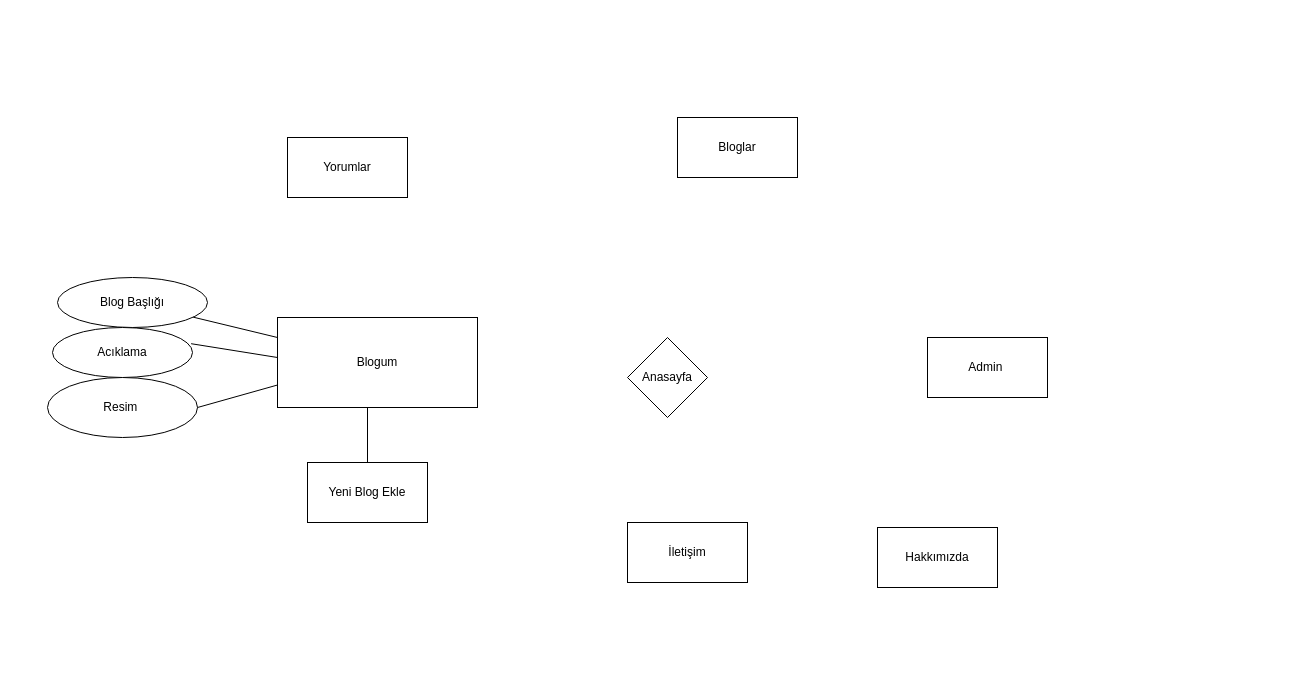
Before: Başlıksız Diyagram.drawio in TugceOnder/AlertDialog, a draw.io diagram. Source tidied: cells renumbered, new cells numbered last; positions are measured from the earlier drawing's top-left corner, leaving out a move shared by most shapes. Both pictures are drawn from the tidied source at 100%, with x=0, y=0 at pixel (47, 117).
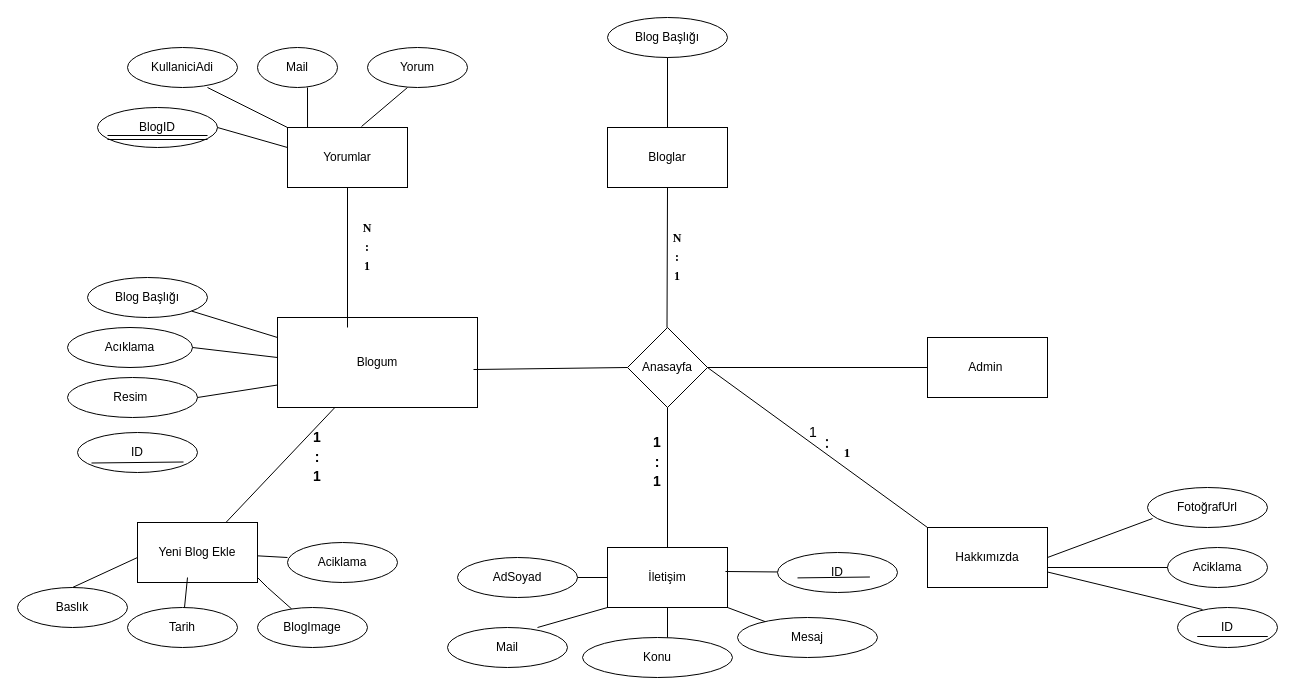
After the change.

Unchanged cells that the change refers to:
```xml
<mxCell id="5" value="Blogum" style="rounded=0;whiteSpace=wrap;html=1;" parent="1" vertex="1">
  <mxGeometry x="230" y="200" width="200" height="90" as="geometry" />
</mxCell>
```

Change to the diagram source:
```diff
@@
     <mxCell id="3" value="Yorumlar" style="rounded=0;whiteSpace=wrap;html=1;" parent="1" vertex="1">
-      <mxGeometry x="240" y="20" width="120" height="60" as="geometry" />
+      <mxGeometry x="240" y="10" width="120" height="60" as="geometry" />
     </mxCell>
     <mxCell id="4" value="Bloglar" style="rounded=0;whiteSpace=wrap;html=1;" parent="1" vertex="1">
-      <mxGeometry x="630" width="120" height="60" as="geometry" />
+      <mxGeometry x="560" y="10" width="120" height="60" as="geometry" />
     </mxCell>
@@
-    <mxCell id="6" value="Hakkımızda" style="rounded=0;whiteSpace=wrap;html=1;" parent="1" vertex="1">
-      <mxGeometry x="830" y="410" width="120" height="60" as="geometry" />
-    </mxCell>
     <mxCell id="7" value="İletişim" style="rounded=0;whiteSpace=wrap;html=1;" parent="1" vertex="1">
-      <mxGeometry x="580" y="405" width="120" height="60" as="geometry" />
+      <mxGeometry x="560" y="430" width="120" height="60" as="geometry" />
     </mxCell>
     <mxCell id="8" value="Anasayfa" style="rhombus;whiteSpace=wrap;html=1;" parent="1" vertex="1">
-      <mxGeometry x="580" y="220" width="80" height="80" as="geometry" />
+      <mxGeometry x="580" y="210" width="80" height="80" as="geometry" />
     </mxCell>
-    <mxCell id="9" style="endArrow=none;html=1;rounded=0;" parent="1" edge="1" source="10">
-      <mxGeometry relative="1" as="geometry">
-        <mxPoint x="320" y="290" as="targetPoint" />
-      </mxGeometry>
+    <mxCell id="9" style="endArrow=none;html=1;rounded=0;" parent="1" edge="1" source="10" target="5">
+      <mxGeometry relative="1" as="geometry" />
     </mxCell>
     <mxCell id="10" value="Yeni Blog Ekle" style="rounded=0;whiteSpace=wrap;html=1;" parent="1" vertex="1">
-      <mxGeometry x="260" y="345" width="120" height="60" as="geometry" />
+      <mxGeometry x="90" y="405" width="120" height="60" as="geometry" />
     </mxCell>
     <mxCell id="11" value="Blog Başlığı" style="ellipse;whiteSpace=wrap;html=1;" parent="1" vertex="1">
-      <mxGeometry x="10" y="160" width="150" height="50" as="geometry" />
+      <mxGeometry x="40" y="160" width="120" height="40" as="geometry" />
     </mxCell>
@@
     <mxCell id="13" value="Acıklama" style="ellipse;whiteSpace=wrap;html=1;" parent="1" vertex="1">
-      <mxGeometry x="5" y="210" width="140" height="50" as="geometry" />
+      <mxGeometry x="20" y="210" width="125" height="40" as="geometry" />
     </mxCell>
     <mxCell id="14" value="Resim&amp;nbsp;" style="ellipse;whiteSpace=wrap;html=1;" parent="1" vertex="1">
-      <mxGeometry y="260" width="150" height="60" as="geometry" />
+      <mxGeometry x="20" y="260" width="130" height="40" as="geometry" />
     </mxCell>
-    <mxCell id="15" style="endArrow=none;html=1;rounded=0;exitX=0.99;exitY=0.324;exitDx=0;exitDy=0;exitPerimeter=0;" parent="1" edge="1" source="13">
+    <mxCell id="15" style="endArrow=none;html=1;rounded=0;exitX=1;exitY=0.5;exitDx=0;exitDy=0;" parent="1" edge="1" source="13">
       <mxGeometry relative="1" as="geometry">
         <mxPoint x="230" y="240" as="targetPoint" />
       </mxGeometry>
     </mxCell>
@@
+    <mxCell id="17" style="endArrow=none;html=1;rounded=0;exitX=0.98;exitY=0.578;exitDx=0;exitDy=0;exitPerimeter=0;" parent="1" edge="1" source="5">
+      <mxGeometry relative="1" as="geometry">
+        <mxPoint x="580" y="250" as="targetPoint" />
+      </mxGeometry>
+    </mxCell>
+    <mxCell id="18" style="endArrow=none;html=1;rounded=0;entryX=0.5;entryY=1;entryDx=0;entryDy=0;" parent="1" edge="1" target="4">
+      <mxGeometry relative="1" as="geometry">
+        <mxPoint x="619.5" y="210" as="sourcePoint" />
+      </mxGeometry>
+    </mxCell>
+    <mxCell id="19" style="endArrow=none;html=1;rounded=0;entryX=0;entryY=0;entryDx=0;entryDy=0;" parent="1" edge="1" target="6">
+      <mxGeometry relative="1" as="geometry">
+        <mxPoint x="660" y="250" as="sourcePoint" />
+      </mxGeometry>
+    </mxCell>
+    <mxCell id="20" style="endArrow=none;html=1;rounded=0;exitX=1;exitY=0.5;exitDx=0;exitDy=0;" parent="1" edge="1" source="8">
+      <mxGeometry relative="1" as="geometry">
+        <mxPoint x="880" y="250" as="targetPoint" />
+      </mxGeometry>
+    </mxCell>
+    <mxCell id="21" style="endArrow=none;html=1;rounded=0;exitX=0.35;exitY=0.111;exitDx=0;exitDy=0;exitPerimeter=0;" parent="1" edge="1" source="5">
+      <mxGeometry relative="1" as="geometry">
+        <mxPoint x="300" y="70" as="targetPoint" />
+      </mxGeometry>
+    </mxCell>
+    <mxCell id="22" value="&lt;div style=&quot;line-height: 160%;&quot;&gt;&lt;b&gt;N&lt;/b&gt;&lt;div&gt;&lt;b&gt;:&lt;/b&gt;&lt;/div&gt;&lt;div&gt;&lt;b&gt;1&lt;/b&gt;&lt;/div&gt;&lt;/div&gt;" style="text;strokeColor=none;align=center;fillColor=none;html=1;verticalAlign=middle;whiteSpace=wrap;rounded=0;fontFamily=Times New Roman;" parent="1" vertex="1">
+      <mxGeometry x="290" y="100" width="60" height="60" as="geometry" />
+    </mxCell>
+    <mxCell id="23" style="endArrow=none;html=1;rounded=0;exitX=0.5;exitY=0;exitDx=0;exitDy=0;" parent="1" edge="1" source="7">
+      <mxGeometry relative="1" as="geometry">
+        <mxPoint x="620" y="290" as="targetPoint" />
+      </mxGeometry>
+    </mxCell>
+    <mxCell id="24" value="&lt;div style=&quot;line-height: 160%;&quot;&gt;&lt;b&gt;N&lt;/b&gt;&lt;div&gt;&lt;b&gt;:&lt;/b&gt;&lt;/div&gt;&lt;div&gt;&lt;b&gt;1&lt;/b&gt;&lt;/div&gt;&lt;/div&gt;" style="text;strokeColor=none;align=center;fillColor=none;html=1;verticalAlign=middle;whiteSpace=wrap;rounded=0;fontFamily=Times New Roman;" parent="1" vertex="1">
+      <mxGeometry x="600" y="110" width="60" height="60" as="geometry" />
+    </mxCell>
+    <mxCell id="25" value="&lt;div style=&quot;line-height: 140%;&quot;&gt;&lt;font style=&quot;font-size: 14px; line-height: 140%;&quot;&gt;&lt;b&gt;1&lt;/b&gt;&lt;/font&gt;&lt;div&gt;&lt;font style=&quot;font-size: 14px; line-height: 140%;&quot;&gt;&lt;b&gt;:&lt;/b&gt;&lt;/font&gt;&lt;/div&gt;&lt;div&gt;&lt;font style=&quot;font-size: 14px; line-height: 140%;&quot;&gt;&lt;b&gt;1&lt;/b&gt;&lt;/font&gt;&lt;/div&gt;&lt;/div&gt;" style="text;strokeColor=none;align=center;fillColor=none;html=1;verticalAlign=middle;whiteSpace=wrap;rounded=0;" parent="1" vertex="1">
+      <mxGeometry x="580" y="320" width="60" height="50" as="geometry" />
+    </mxCell>
+    <mxCell id="26" value="Aciklama" style="ellipse;whiteSpace=wrap;html=1;" parent="1" vertex="1">
+      <mxGeometry x="1120" y="430" width="100" height="40" as="geometry" />
+    </mxCell>
+    <mxCell id="27" value="FotoğrafUrl" style="ellipse;whiteSpace=wrap;html=1;" parent="1" vertex="1">
+      <mxGeometry x="1100" y="370" width="120" height="40" as="geometry" />
+    </mxCell>
+    <mxCell id="28" style="endArrow=none;html=1;rounded=0;exitX=1;exitY=0.5;exitDx=0;exitDy=0;entryX=0.042;entryY=0.775;entryDx=0;entryDy=0;entryPerimeter=0;" parent="1" edge="1" source="6" target="27">
+      <mxGeometry relative="1" as="geometry" />
+    </mxCell>
+    <mxCell id="29" value="KullaniciAdi" style="ellipse;whiteSpace=wrap;html=1;" parent="1" vertex="1">
+      <mxGeometry x="80" y="-70" width="110" height="40" as="geometry" />
+    </mxCell>
+    <mxCell id="30" value="Mail" style="ellipse;whiteSpace=wrap;html=1;" parent="1" vertex="1">
+      <mxGeometry x="210" y="-70" width="80" height="40" as="geometry" />
+    </mxCell>
+    <mxCell id="31" value="Yorum" style="ellipse;whiteSpace=wrap;html=1;" parent="1" vertex="1">
+      <mxGeometry x="320" y="-70" width="100" height="40" as="geometry" />
+    </mxCell>
+    <mxCell id="32" style="endArrow=none;html=1;rounded=0;exitX=0;exitY=0;exitDx=0;exitDy=0;" parent="1" edge="1" source="3">
+      <mxGeometry relative="1" as="geometry">
+        <mxPoint x="160" y="-30" as="targetPoint" />
+      </mxGeometry>
+    </mxCell>
+    <mxCell id="33" style="endArrow=none;html=1;rounded=0;exitX=0.167;exitY=0;exitDx=0;exitDy=0;exitPerimeter=0;" parent="1" edge="1" source="3">
+      <mxGeometry relative="1" as="geometry">
+        <mxPoint x="260" y="-30" as="targetPoint" />
+      </mxGeometry>
+    </mxCell>
+    <mxCell id="34" style="endArrow=none;html=1;rounded=0;exitX=0.617;exitY=-0.017;exitDx=0;exitDy=0;exitPerimeter=0;" parent="1" edge="1" source="3">
+      <mxGeometry relative="1" as="geometry">
+        <mxPoint x="360" y="-30" as="targetPoint" />
+      </mxGeometry>
+    </mxCell>
+    <mxCell id="35" value="BlogID" style="ellipse;whiteSpace=wrap;html=1;" parent="1" vertex="1">
+      <mxGeometry x="50" y="-10" width="120" height="40" as="geometry" />
+    </mxCell>
+    <mxCell id="36" style="endArrow=none;html=1;rounded=0;exitX=1;exitY=0.5;exitDx=0;exitDy=0;" parent="1" edge="1" source="35">
+      <mxGeometry relative="1" as="geometry">
+        <mxPoint x="240" y="30" as="targetPoint" />
+      </mxGeometry>
+    </mxCell>
+    <mxCell id="37" style="shape=link;html=1;rounded=0;" parent="1" edge="1">
+      <mxGeometry relative="1" as="geometry">
+        <mxPoint x="60" y="20" as="sourcePoint" />
+        <mxPoint x="160" y="20" as="targetPoint" />
+      </mxGeometry>
+    </mxCell>
+    <mxCell id="38" value="ID" style="ellipse;whiteSpace=wrap;html=1;" parent="1" vertex="1">
+      <mxGeometry x="1130" y="490" width="100" height="40" as="geometry" />
+    </mxCell>
+    <mxCell id="39" style="endArrow=none;html=1;rounded=0;exitX=0.25;exitY=0.05;exitDx=0;exitDy=0;exitPerimeter=0;" parent="1" edge="1" source="6">
+      <mxGeometry relative="1" as="geometry">
+        <mxPoint x="950" y="460" as="targetPoint" />
+      </mxGeometry>
+    </mxCell>
+    <mxCell id="40" style="endArrow=none;html=1;rounded=0;" parent="1" edge="1" source="26">
+      <mxGeometry relative="1" as="geometry">
+        <mxPoint x="960" y="450" as="targetPoint" />
+        <Array as="points">
+          <mxPoint x="960" y="450" />
+          <mxPoint x="950" y="450" />
+        </Array>
+      </mxGeometry>
+    </mxCell>
+    <mxCell id="41" style="endArrow=none;html=1;rounded=0;" parent="1" edge="1">
+      <mxGeometry relative="1" as="geometry">
+        <mxPoint x="1150" y="519" as="sourcePoint" />
+        <mxPoint x="1150" y="519" as="targetPoint" />
+        <Array as="points">
+          <mxPoint x="1220" y="519" />
+        </Array>
+      </mxGeometry>
+    </mxCell>
+    <mxCell id="42" value="ID" style="ellipse;whiteSpace=wrap;html=1;" parent="1" vertex="1">
+      <mxGeometry x="30" y="315" width="120" height="40" as="geometry" />
+    </mxCell>
+    <mxCell id="43" style="endArrow=none;html=1;rounded=0;exitX=0.067;exitY=0.65;exitDx=0;exitDy=0;exitPerimeter=0;" parent="1" edge="1">
+      <mxGeometry relative="1" as="geometry">
+        <mxPoint x="44" y="345.5" as="sourcePoint" />
+        <mxPoint x="136" y="344.5" as="targetPoint" />
+      </mxGeometry>
+    </mxCell>
+    <mxCell id="44" value="AdSoyad" style="ellipse;whiteSpace=wrap;html=1;" parent="1" vertex="1">
+      <mxGeometry x="410" y="440" width="120" height="40" as="geometry" />
+    </mxCell>
+    <mxCell id="45" value="Mail" style="ellipse;whiteSpace=wrap;html=1;" parent="1" vertex="1">
+      <mxGeometry x="400" y="510" width="120" height="40" as="geometry" />
+    </mxCell>
+    <mxCell id="46" value="Konu" style="ellipse;whiteSpace=wrap;html=1;" parent="1" vertex="1">
+      <mxGeometry x="535" y="520" width="150" height="40" as="geometry" />
+    </mxCell>
+    <mxCell id="47" value="Mesaj" style="ellipse;whiteSpace=wrap;html=1;" parent="1" vertex="1">
+      <mxGeometry x="690" y="500" width="140" height="40" as="geometry" />
+    </mxCell>
+    <mxCell id="48" style="endArrow=none;html=1;rounded=0;exitX=0.25;exitY=0.05;exitDx=0;exitDy=0;exitPerimeter=0;" parent="1" edge="1" source="38" target="6">
+      <mxGeometry relative="1" as="geometry" />
+    </mxCell>
+    <mxCell id="6" value="Hakkımızda" style="rounded=0;whiteSpace=wrap;html=1;" parent="1" vertex="1">
+      <mxGeometry x="880" y="410" width="120" height="60" as="geometry" />
+    </mxCell>
+    <mxCell id="49" value="ID" style="ellipse;whiteSpace=wrap;html=1;" parent="1" vertex="1">
+      <mxGeometry x="730" y="435" width="120" height="40" as="geometry" />
+    </mxCell>
+    <mxCell id="50" style="endArrow=none;html=1;rounded=0;" parent="1" edge="1" source="44">
+      <mxGeometry relative="1" as="geometry">
+        <mxPoint x="560" y="460" as="targetPoint" />
+      </mxGeometry>
+    </mxCell>
+    <mxCell id="51" style="endArrow=none;html=1;rounded=0;exitX=0.75;exitY=0;exitDx=0;exitDy=0;exitPerimeter=0;" parent="1" edge="1" source="45">
+      <mxGeometry relative="1" as="geometry">
+        <mxPoint x="560" y="490" as="targetPoint" />
+      </mxGeometry>
+    </mxCell>
+    <mxCell id="52" style="endArrow=none;html=1;rounded=0;" parent="1" edge="1">
+      <mxGeometry relative="1" as="geometry">
+        <mxPoint x="620" y="520" as="sourcePoint" />
+        <mxPoint x="620" y="490" as="targetPoint" />
+      </mxGeometry>
+    </mxCell>
+    <mxCell id="53" style="endArrow=none;html=1;rounded=0;" parent="1" edge="1" source="47">
+      <mxGeometry relative="1" as="geometry">
+        <mxPoint x="680" y="490" as="targetPoint" />
+      </mxGeometry>
+    </mxCell>
+    <mxCell id="54" style="endArrow=none;html=1;rounded=0;entryX=0.983;entryY=0.4;entryDx=0;entryDy=0;entryPerimeter=0;" parent="1" edge="1" source="49" target="7">
+      <mxGeometry relative="1" as="geometry" />
+    </mxCell>
+    <mxCell id="55" style="endArrow=none;html=1;rounded=0;exitX=0.25;exitY=0.875;exitDx=0;exitDy=0;exitPerimeter=0;entryX=1;entryY=1;entryDx=0;entryDy=0;" parent="1" edge="1">
+      <mxGeometry relative="1" as="geometry">
+        <mxPoint x="750" y="460.4" as="sourcePoint" />
+        <mxPoint x="822.4" y="459.5" as="targetPoint" />
+      </mxGeometry>
+    </mxCell>
+    <mxCell id="56" value="Baslık" style="ellipse;whiteSpace=wrap;html=1;" parent="1" vertex="1">
+      <mxGeometry x="-30" y="470" width="110" height="40" as="geometry" />
+    </mxCell>
+    <mxCell id="57" value="Tarih" style="ellipse;whiteSpace=wrap;html=1;" parent="1" vertex="1">
+      <mxGeometry x="80" y="490" width="110" height="40" as="geometry" />
+    </mxCell>
+    <mxCell id="58" value="Aciklama" style="ellipse;whiteSpace=wrap;html=1;" parent="1" vertex="1">
+      <mxGeometry x="240" y="425" width="110" height="40" as="geometry" />
+    </mxCell>
+    <mxCell id="59" value="BlogImage" style="ellipse;whiteSpace=wrap;html=1;" parent="1" vertex="1">
+      <mxGeometry x="210" y="490" width="110" height="40" as="geometry" />
+    </mxCell>
+    <mxCell id="60" style="endArrow=none;html=1;rounded=0;exitX=0.5;exitY=0;exitDx=0;exitDy=0;" parent="1" edge="1" source="56">
+      <mxGeometry relative="1" as="geometry">
+        <mxPoint x="90" y="440" as="targetPoint" />
+      </mxGeometry>
+    </mxCell>
+    <mxCell id="61" style="endArrow=none;html=1;rounded=0;" parent="1" edge="1" source="57">
+      <mxGeometry relative="1" as="geometry">
+        <mxPoint x="140" y="460" as="targetPoint" />
+      </mxGeometry>
+    </mxCell>
+    <mxCell id="62" style="endArrow=none;html=1;rounded=0;" parent="1" edge="1" source="10">
+      <mxGeometry relative="1" as="geometry">
+        <mxPoint x="240" y="440" as="targetPoint" />
+      </mxGeometry>
+    </mxCell>
+    <mxCell id="63" style="endArrow=none;html=1;rounded=0;" parent="1" edge="1" source="59">
+      <mxGeometry relative="1" as="geometry">
+        <mxPoint x="210" y="460" as="targetPoint" />
+        <Array as="points">
+          <mxPoint x="220" y="470" />
+        </Array>
+      </mxGeometry>
+    </mxCell>
+    <mxCell id="64" value="&lt;div style=&quot;line-height: 140%;&quot;&gt;&lt;font style=&quot;font-size: 14px; line-height: 140%;&quot;&gt;&lt;b&gt;1&lt;/b&gt;&lt;/font&gt;&lt;div&gt;&lt;font style=&quot;font-size: 14px; line-height: 140%;&quot;&gt;&lt;b&gt;:&lt;/b&gt;&lt;/font&gt;&lt;/div&gt;&lt;div&gt;&lt;font style=&quot;font-size: 14px; line-height: 140%;&quot;&gt;&lt;b&gt;1&lt;/b&gt;&lt;/font&gt;&lt;/div&gt;&lt;/div&gt;" style="text;strokeColor=none;align=center;fillColor=none;html=1;verticalAlign=middle;whiteSpace=wrap;rounded=0;rotation=0;" parent="1" vertex="1">
+      <mxGeometry x="250" y="300" width="40" height="80" as="geometry" />
+    </mxCell>
+    <mxCell id="65" value="1" style="text;strokeColor=none;align=left;fillColor=none;html=1;verticalAlign=middle;whiteSpace=wrap;rounded=0;fontSize=14;" parent="1" vertex="1">
+      <mxGeometry x="760" y="300" width="60" height="30" as="geometry" />
+    </mxCell>
+    <mxCell id="66" value="&lt;font style=&quot;font-size: 18px;&quot; face=&quot;Times New Roman&quot;&gt;:&lt;/font&gt;&lt;div&gt;&lt;/div&gt;" style="text;strokeColor=none;align=center;fillColor=none;html=1;verticalAlign=middle;whiteSpace=wrap;rounded=0;" parent="1" vertex="1">
+      <mxGeometry x="750" y="310" width="60" height="30" as="geometry" />
+    </mxCell>
+    <mxCell id="67" value="&lt;font style=&quot;font-size: 13px;&quot; face=&quot;Times New Roman&quot;&gt;&lt;b style=&quot;&quot;&gt;1&lt;/b&gt;&lt;/font&gt;" style="text;strokeColor=none;align=center;fillColor=none;html=1;verticalAlign=middle;whiteSpace=wrap;rounded=0;" parent="1" vertex="1">
+      <mxGeometry x="770" y="320" width="60" height="30" as="geometry" />
+    </mxCell>
+    <mxCell id="68" value="Blog Başlığı" style="ellipse;whiteSpace=wrap;html=1;" parent="1" vertex="1">
+      <mxGeometry x="560" y="-100" width="120" height="40" as="geometry" />
+    </mxCell>
+    <mxCell id="69" style="endArrow=none;html=1;rounded=0;exitX=0.5;exitY=0;exitDx=0;exitDy=0;" parent="1" edge="1" source="4">
+      <mxGeometry relative="1" as="geometry">
+        <mxPoint x="620" y="-60" as="targetPoint" />
+      </mxGeometry>
+    </mxCell>
```
